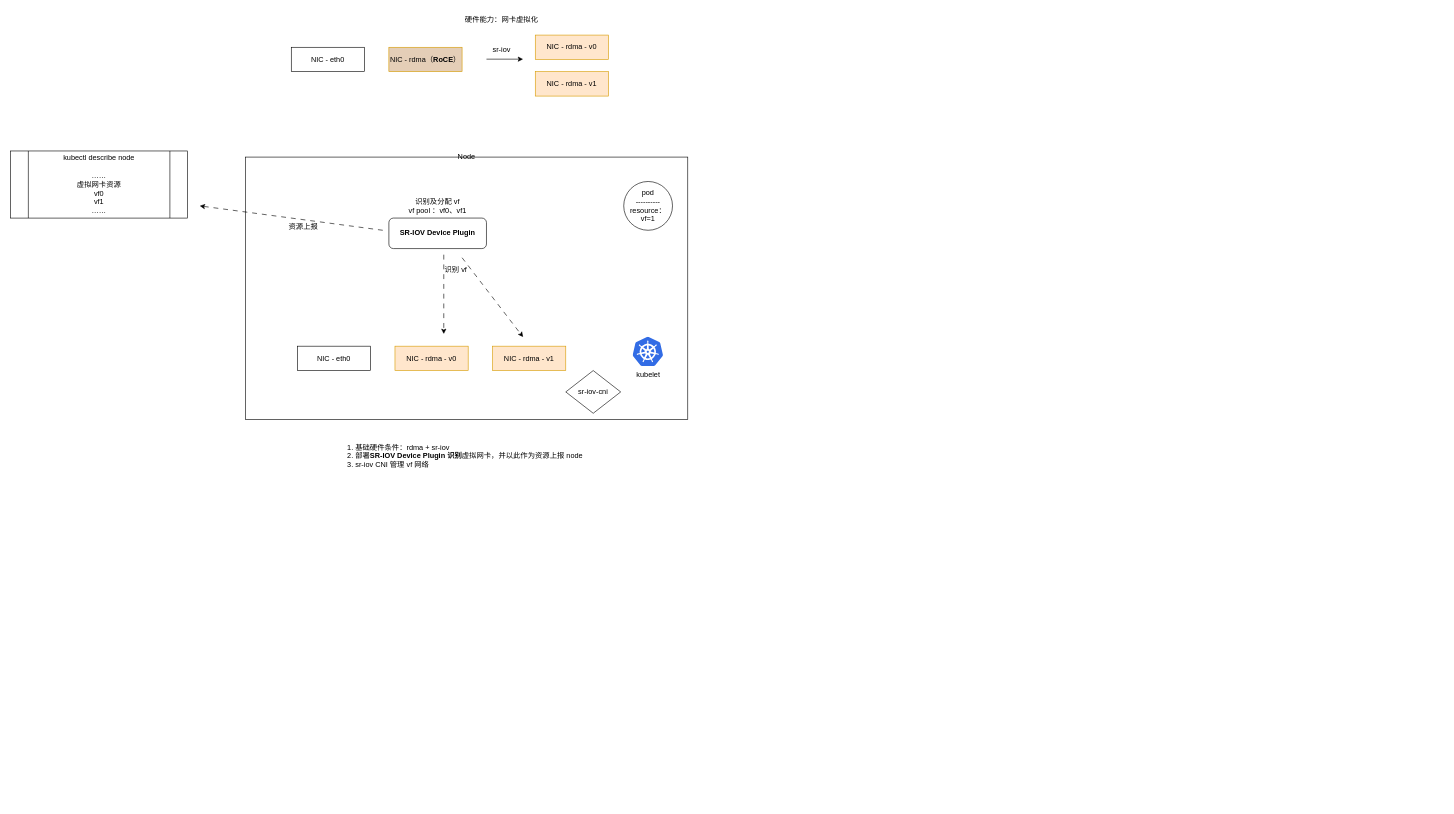
Earlier version of the draw.io diagram 高网.drawio (cityofwang/beats). Source tidied: cells renumbered, new cells numbered last; positions are measured from the earlier drawing's top-left corner, leaving out a move shared by most shapes. Both pictures are drawn from the tidied source at 61%, with x=0, y=0 at pixel (10, 10).
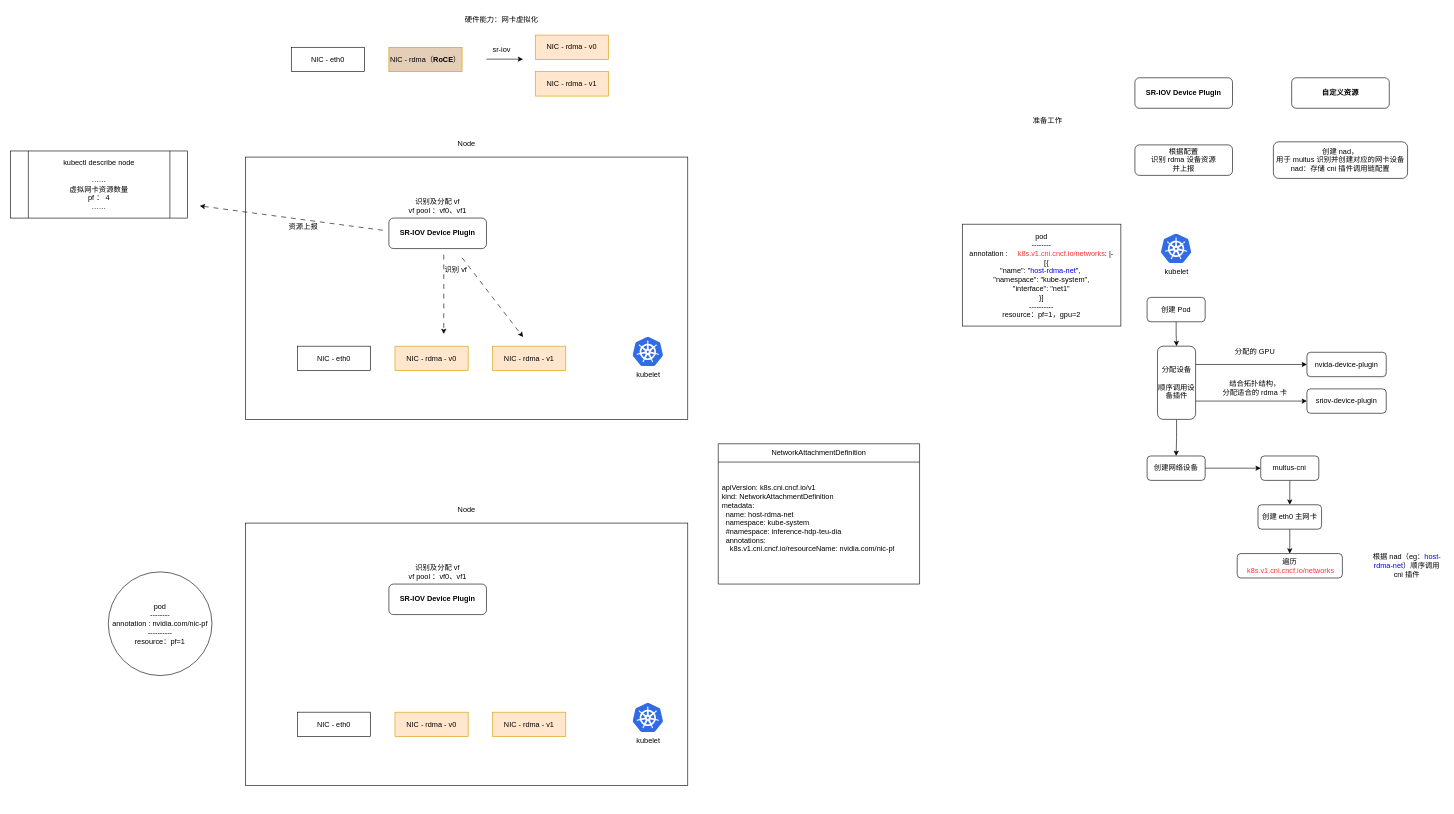
After the change.

Change to the diagram source:
```diff
@@
-    <mxCell id="14" value="Node&lt;div&gt;&lt;br&gt;&lt;/div&gt;&lt;div&gt;&lt;br&gt;&lt;/div&gt;&lt;div&gt;&lt;br&gt;&lt;/div&gt;&lt;div&gt;&lt;br&gt;&lt;/div&gt;&lt;div&gt;&lt;br&gt;&lt;/div&gt;&lt;div&gt;&lt;br&gt;&lt;/div&gt;&lt;div&gt;&lt;br&gt;&lt;/div&gt;&lt;div&gt;&lt;br&gt;&lt;/div&gt;&lt;div&gt;&lt;br&gt;&lt;/div&gt;&lt;div&gt;&lt;br&gt;&lt;/div&gt;&lt;div&gt;&lt;br&gt;&lt;/div&gt;&lt;div&gt;&lt;br&gt;&lt;/div&gt;&lt;div&gt;&lt;br&gt;&lt;/div&gt;&lt;div&gt;&lt;br&gt;&lt;/div&gt;&lt;div&gt;&lt;br&gt;&lt;/div&gt;&lt;div&gt;&lt;br&gt;&lt;/div&gt;&lt;div&gt;&lt;br&gt;&lt;/div&gt;&lt;div&gt;&lt;br&gt;&lt;/div&gt;&lt;div&gt;&lt;br&gt;&lt;/div&gt;&lt;div&gt;&lt;br&gt;&lt;/div&gt;&lt;div&gt;&lt;br&gt;&lt;/div&gt;&lt;div&gt;&lt;br&gt;&lt;/div&gt;&lt;div&gt;&lt;br&gt;&lt;/div&gt;&lt;div&gt;&lt;br&gt;&lt;/div&gt;&lt;div&gt;&lt;br&gt;&lt;/div&gt;&lt;div&gt;&lt;br&gt;&lt;/div&gt;&lt;div&gt;&lt;br&gt;&lt;/div&gt;&lt;div&gt;&lt;br&gt;&lt;/div&gt;&lt;div&gt;&lt;br&gt;&lt;/div&gt;&lt;div&gt;&lt;br&gt;&lt;/div&gt;" style="rounded=0;whiteSpace=wrap;html=1;fillColor=none;" parent="1" vertex="1">
+    <mxCell id="14" value="Node&lt;div&gt;&lt;br&gt;&lt;/div&gt;&lt;div&gt;&lt;br&gt;&lt;/div&gt;&lt;div&gt;&lt;br&gt;&lt;/div&gt;&lt;div&gt;&lt;br&gt;&lt;/div&gt;&lt;div&gt;&lt;br&gt;&lt;/div&gt;&lt;div&gt;&lt;br&gt;&lt;/div&gt;&lt;div&gt;&lt;br&gt;&lt;/div&gt;&lt;div&gt;&lt;br&gt;&lt;/div&gt;&lt;div&gt;&lt;br&gt;&lt;/div&gt;&lt;div&gt;&lt;br&gt;&lt;/div&gt;&lt;div&gt;&lt;br&gt;&lt;/div&gt;&lt;div&gt;&lt;br&gt;&lt;/div&gt;&lt;div&gt;&lt;br&gt;&lt;/div&gt;&lt;div&gt;&lt;br&gt;&lt;/div&gt;&lt;div&gt;&lt;br&gt;&lt;/div&gt;&lt;div&gt;&lt;br&gt;&lt;/div&gt;&lt;div&gt;&lt;br&gt;&lt;/div&gt;&lt;div&gt;&lt;br&gt;&lt;/div&gt;&lt;div&gt;&lt;br&gt;&lt;/div&gt;&lt;div&gt;&lt;br&gt;&lt;/div&gt;&lt;div&gt;&lt;br&gt;&lt;/div&gt;&lt;div&gt;&lt;br&gt;&lt;/div&gt;&lt;div&gt;&lt;br&gt;&lt;/div&gt;&lt;div&gt;&lt;br&gt;&lt;/div&gt;&lt;div&gt;&lt;br&gt;&lt;/div&gt;&lt;div&gt;&lt;br&gt;&lt;/div&gt;&lt;div&gt;&lt;br&gt;&lt;/div&gt;&lt;div&gt;&lt;br&gt;&lt;/div&gt;&lt;div&gt;&lt;br&gt;&lt;/div&gt;&lt;div&gt;&lt;br&gt;&lt;/div&gt;&lt;div&gt;&lt;br&gt;&lt;/div&gt;&lt;div&gt;&lt;br&gt;&lt;/div&gt;&lt;div&gt;&lt;br&gt;&lt;/div&gt;" style="rounded=0;whiteSpace=wrap;html=1;fillColor=none;" parent="1" vertex="1">
       <mxGeometry x="385" y="240" width="725" height="430" as="geometry" />
     </mxCell>
-    <mxCell id="15" value="pod&lt;div&gt;----------&lt;/div&gt;&lt;div&gt;resource：vf=1&lt;/div&gt;" style="ellipse;whiteSpace=wrap;html=1;" parent="1" vertex="1">
-      <mxGeometry x="1005" y="280" width="80" height="80" as="geometry" />
+    <mxCell id="15" value="pod&lt;div&gt;--------&lt;/div&gt;&lt;div&gt;annotation :&amp;nbsp;nvidia.com/nic-pf&lt;br&gt;&lt;div&gt;----------&lt;/div&gt;&lt;div&gt;resource：pf=1&lt;/div&gt;&lt;/div&gt;" style="ellipse;whiteSpace=wrap;html=1;" parent="1" vertex="1">
+      <mxGeometry x="160" y="920" width="170" height="170" as="geometry" />
     </mxCell>
-    <mxCell id="16" value="kubectl describe node&lt;div&gt;&amp;nbsp;&lt;/div&gt;&lt;div&gt;……&lt;/div&gt;&lt;div&gt;虚拟网卡资源&lt;br&gt;vf0&lt;/div&gt;&lt;div&gt;vf1&lt;/div&gt;&lt;div&gt;……&lt;/div&gt;" style="shape=process;whiteSpace=wrap;html=1;backgroundOutline=1;" parent="1" vertex="1">
+    <mxCell id="16" value="kubectl describe node&lt;div&gt;&amp;nbsp;&lt;/div&gt;&lt;div&gt;……&lt;/div&gt;&lt;div&gt;虚拟网卡资源数量&lt;br&gt;pf ： 4&lt;/div&gt;&lt;div&gt;&lt;span style=&quot;background-color: transparent; color: light-dark(rgb(0, 0, 0), rgb(255, 255, 255));&quot;&gt;……&lt;/span&gt;&lt;/div&gt;" style="shape=process;whiteSpace=wrap;html=1;backgroundOutline=1;" parent="1" vertex="1">
       <mxGeometry y="230" width="290" height="110" as="geometry" />
     </mxCell>
-    <mxCell id="17" value="1. 基础硬件条件：rdma + sr-iov&lt;div&gt;2. 部署&lt;strong style=&quot;background-color: transparent; color: light-dark(rgb(0, 0, 0), rgb(255, 255, 255));&quot;&gt;SR-IOV Device Plugin 识别&lt;/strong&gt;&lt;span style=&quot;background-color: transparent; color: light-dark(rgb(0, 0, 0), rgb(255, 255, 255));&quot;&gt;虚拟网卡，并以此作为资源上报 node&lt;/span&gt;&lt;/div&gt;&lt;div&gt;&lt;span style=&quot;background-color: transparent; color: light-dark(rgb(0, 0, 0), rgb(255, 255, 255));&quot;&gt;3. sr-iov CNI 管理 vf 网络&lt;/span&gt;&lt;/div&gt;" style="text;html=1;whiteSpace=wrap;strokeColor=none;fillColor=none;align=left;verticalAlign=middle;rounded=0;" parent="1" vertex="1">
-      <mxGeometry x="550" y="700" width="410" height="60" as="geometry" />
-    </mxCell>
@@
-    <mxCell id="24" value="sr-iov-cni" style="rhombus;whiteSpace=wrap;html=1;" parent="1" vertex="1">
-      <mxGeometry x="910" y="590" width="90" height="70" as="geometry" />
-    </mxCell>
+    <mxCell id="25" value="NetworkAttachmentDefinition" style="swimlane;fontStyle=0;horizontal=1;startSize=30;whiteSpace=wrap;html=1;" parent="1" vertex="1">
+      <mxGeometry x="1160" y="710" width="330" height="230" as="geometry" />
+    </mxCell>
+    <mxCell id="26" value="&lt;div&gt;&lt;span style=&quot;font-size: 12px;&quot;&gt;apiVersion: k8s.cni.cncf.io/v1&lt;/span&gt;&lt;/div&gt;&lt;div&gt;&lt;span style=&quot;font-size: 12px;&quot;&gt;kind: NetworkAttachmentDefinition&lt;/span&gt;&lt;/div&gt;&lt;div&gt;&lt;span style=&quot;font-size: 12px;&quot;&gt;metadata:&lt;/span&gt;&lt;/div&gt;&lt;div&gt;&lt;span style=&quot;font-size: 12px;&quot;&gt;&amp;nbsp; name: host-rdma-net&lt;/span&gt;&lt;/div&gt;&lt;div&gt;&lt;span style=&quot;font-size: 12px;&quot;&gt;&amp;nbsp; namespace: kube-system&lt;/span&gt;&lt;/div&gt;&lt;div&gt;&lt;span style=&quot;font-size: 12px;&quot;&gt;&amp;nbsp; #namespace: inference-hdp-teu-dia&lt;/span&gt;&lt;/div&gt;&lt;div&gt;&lt;span style=&quot;font-size: 12px;&quot;&gt;&amp;nbsp; annotations:&lt;/span&gt;&lt;/div&gt;&lt;div&gt;&lt;span style=&quot;font-size: 12px;&quot;&gt;&amp;nbsp; &amp;nbsp; k8s.v1.cni.cncf.io/resourceName: nvidia.com/nic-pf&lt;/span&gt;&lt;/div&gt;&lt;div&gt;&lt;br&gt;&lt;/div&gt;" style="text;strokeColor=none;fillColor=none;align=left;verticalAlign=middle;spacingLeft=4;spacingRight=4;overflow=hidden;whiteSpace=wrap;html=1;" parent="25" vertex="1">
+      <mxGeometry y="30" width="330" height="200" as="geometry" />
+    </mxCell>
+    <mxCell id="27" value="NIC - eth0" style="rounded=0;whiteSpace=wrap;html=1;" parent="1" vertex="1">
+      <mxGeometry x="470" y="1150" width="120" height="40" as="geometry" />
+    </mxCell>
+    <mxCell id="28" value="NIC - rdma - v0" style="rounded=0;whiteSpace=wrap;html=1;fillColor=#ffe6cc;strokeColor=#d79b00;" parent="1" vertex="1">
+      <mxGeometry x="630" y="1150" width="120" height="40" as="geometry" />
+    </mxCell>
+    <mxCell id="29" value="NIC - rdma - v1" style="rounded=0;whiteSpace=wrap;html=1;fillColor=#ffe6cc;strokeColor=#d79b00;" parent="1" vertex="1">
+      <mxGeometry x="790" y="1150" width="120" height="40" as="geometry" />
+    </mxCell>
+    <mxCell id="30" value="&lt;p data-pm-slice=&quot;1 1 [&amp;quot;table&amp;quot;,{&amp;quot;mid&amp;quot;:&amp;quot;OWlL4KVR7kzN8RaAdz3-z&amp;quot;,&amp;quot;style&amp;quot;:&amp;quot;&amp;quot;,&amp;quot;dataid&amp;quot;:1,&amp;quot;isWideTable&amp;quot;:true,&amp;quot;textAlign&amp;quot;:&amp;quot;left&amp;quot;},&amp;quot;tableRow&amp;quot;,{&amp;quot;mid&amp;quot;:null},&amp;quot;tableCell&amp;quot;,{&amp;quot;style&amp;quot;:&amp;quot;&amp;quot;,&amp;quot;colspan&amp;quot;:1,&amp;quot;rowspan&amp;quot;:1,&amp;quot;align&amp;quot;:&amp;quot;&amp;quot;,&amp;quot;width&amp;quot;:&amp;quot;&amp;quot;,&amp;quot;colwidth&amp;quot;:[342],&amp;quot;baseColwidth&amp;quot;:[342],&amp;quot;verticalAlign&amp;quot;:null,&amp;quot;backgroundColor&amp;quot;:&amp;quot;&amp;quot;,&amp;quot;mid&amp;quot;:null}]&quot; style=&quot;text-align: left;&quot;&gt;&lt;strong&gt;SR-IOV Device Plugin&lt;/strong&gt;&lt;/p&gt;" style="rounded=1;whiteSpace=wrap;html=1;" parent="1" vertex="1">
+      <mxGeometry x="620" y="940" width="160" height="50" as="geometry" />
+    </mxCell>
+    <mxCell id="31" value="识别及分配 vf&lt;div&gt;vf pool ：vf0、&lt;span style=&quot;color: light-dark(rgb(0, 0, 0), rgb(255, 255, 255)); background-color: transparent;&quot;&gt;vf1&lt;/span&gt;&lt;/div&gt;" style="text;html=1;whiteSpace=wrap;strokeColor=none;fillColor=none;align=center;verticalAlign=middle;rounded=0;" parent="1" vertex="1">
+      <mxGeometry x="640" y="900" width="120" height="40" as="geometry" />
+    </mxCell>
+    <mxCell id="32" value="Node&lt;div&gt;&lt;br&gt;&lt;/div&gt;&lt;div&gt;&lt;br&gt;&lt;/div&gt;&lt;div&gt;&lt;br&gt;&lt;/div&gt;&lt;div&gt;&lt;br&gt;&lt;/div&gt;&lt;div&gt;&lt;br&gt;&lt;/div&gt;&lt;div&gt;&lt;br&gt;&lt;/div&gt;&lt;div&gt;&lt;br&gt;&lt;/div&gt;&lt;div&gt;&lt;br&gt;&lt;/div&gt;&lt;div&gt;&lt;br&gt;&lt;/div&gt;&lt;div&gt;&lt;br&gt;&lt;/div&gt;&lt;div&gt;&lt;br&gt;&lt;/div&gt;&lt;div&gt;&lt;br&gt;&lt;/div&gt;&lt;div&gt;&lt;br&gt;&lt;/div&gt;&lt;div&gt;&lt;br&gt;&lt;/div&gt;&lt;div&gt;&lt;br&gt;&lt;/div&gt;&lt;div&gt;&lt;br&gt;&lt;/div&gt;&lt;div&gt;&lt;br&gt;&lt;/div&gt;&lt;div&gt;&lt;br&gt;&lt;/div&gt;&lt;div&gt;&lt;br&gt;&lt;/div&gt;&lt;div&gt;&lt;br&gt;&lt;/div&gt;&lt;div&gt;&lt;br&gt;&lt;/div&gt;&lt;div&gt;&lt;br&gt;&lt;/div&gt;&lt;div&gt;&lt;br&gt;&lt;/div&gt;&lt;div&gt;&lt;br&gt;&lt;/div&gt;&lt;div&gt;&lt;br&gt;&lt;/div&gt;&lt;div&gt;&lt;br&gt;&lt;/div&gt;&lt;div&gt;&lt;br&gt;&lt;/div&gt;&lt;div&gt;&lt;br&gt;&lt;/div&gt;&lt;div&gt;&lt;br&gt;&lt;/div&gt;&lt;div&gt;&lt;br&gt;&lt;/div&gt;&lt;div&gt;&lt;br&gt;&lt;/div&gt;&lt;div&gt;&lt;br&gt;&lt;/div&gt;&lt;div&gt;&lt;br&gt;&lt;/div&gt;" style="rounded=0;whiteSpace=wrap;html=1;fillColor=none;" parent="1" vertex="1">
+      <mxGeometry x="385" y="840" width="725" height="430" as="geometry" />
+    </mxCell>
+    <mxCell id="33" value="kubelet" style="image;sketch=0;html=1;align=center;fontSize=12;image=img/lib/mscae/Kubernetes.svg;" parent="1" vertex="1">
+      <mxGeometry x="1020" y="1135" width="50" height="48" as="geometry" />
+    </mxCell>
+    <mxCell id="34" value="&lt;p data-pm-slice=&quot;1 1 [&amp;quot;table&amp;quot;,{&amp;quot;mid&amp;quot;:&amp;quot;OWlL4KVR7kzN8RaAdz3-z&amp;quot;,&amp;quot;style&amp;quot;:&amp;quot;&amp;quot;,&amp;quot;dataid&amp;quot;:1,&amp;quot;isWideTable&amp;quot;:true,&amp;quot;textAlign&amp;quot;:&amp;quot;left&amp;quot;},&amp;quot;tableRow&amp;quot;,{&amp;quot;mid&amp;quot;:null},&amp;quot;tableCell&amp;quot;,{&amp;quot;style&amp;quot;:&amp;quot;&amp;quot;,&amp;quot;colspan&amp;quot;:1,&amp;quot;rowspan&amp;quot;:1,&amp;quot;align&amp;quot;:&amp;quot;&amp;quot;,&amp;quot;width&amp;quot;:&amp;quot;&amp;quot;,&amp;quot;colwidth&amp;quot;:[342],&amp;quot;baseColwidth&amp;quot;:[342],&amp;quot;verticalAlign&amp;quot;:null,&amp;quot;backgroundColor&amp;quot;:&amp;quot;&amp;quot;,&amp;quot;mid&amp;quot;:null}]&quot; style=&quot;&quot;&gt;&lt;strong&gt;SR-IOV Device Plugin&lt;/strong&gt;&lt;/p&gt;" style="rounded=1;whiteSpace=wrap;html=1;align=center;" parent="1" vertex="1">
+      <mxGeometry x="1843" y="110" width="160" height="50" as="geometry" />
+    </mxCell>
+    <mxCell id="35" value="准备工作" style="text;html=1;whiteSpace=wrap;strokeColor=none;fillColor=none;align=center;verticalAlign=middle;rounded=0;" parent="1" vertex="1">
+      <mxGeometry x="1670" y="165" width="60" height="30" as="geometry" />
+    </mxCell>
+    <mxCell id="36" value="&lt;div&gt;根据配置&lt;/div&gt;识别 rdma 设备资源&lt;div&gt;并上报&lt;/div&gt;" style="rounded=1;whiteSpace=wrap;html=1;align=center;" parent="1" vertex="1">
+      <mxGeometry x="1843" y="220" width="160" height="50" as="geometry" />
+    </mxCell>
+    <mxCell id="37" value="&lt;p data-pm-slice=&quot;1 1 [&amp;quot;table&amp;quot;,{&amp;quot;mid&amp;quot;:&amp;quot;OWlL4KVR7kzN8RaAdz3-z&amp;quot;,&amp;quot;style&amp;quot;:&amp;quot;&amp;quot;,&amp;quot;dataid&amp;quot;:1,&amp;quot;isWideTable&amp;quot;:true,&amp;quot;textAlign&amp;quot;:&amp;quot;left&amp;quot;},&amp;quot;tableRow&amp;quot;,{&amp;quot;mid&amp;quot;:null},&amp;quot;tableCell&amp;quot;,{&amp;quot;style&amp;quot;:&amp;quot;&amp;quot;,&amp;quot;colspan&amp;quot;:1,&amp;quot;rowspan&amp;quot;:1,&amp;quot;align&amp;quot;:&amp;quot;&amp;quot;,&amp;quot;width&amp;quot;:&amp;quot;&amp;quot;,&amp;quot;colwidth&amp;quot;:[342],&amp;quot;baseColwidth&amp;quot;:[342],&amp;quot;verticalAlign&amp;quot;:null,&amp;quot;backgroundColor&amp;quot;:&amp;quot;&amp;quot;,&amp;quot;mid&amp;quot;:null}]&quot; style=&quot;&quot;&gt;&lt;b&gt;自定义资源&lt;/b&gt;&lt;/p&gt;" style="rounded=1;whiteSpace=wrap;html=1;align=center;" parent="1" vertex="1">
+      <mxGeometry x="2100" y="110" width="160" height="50" as="geometry" />
+    </mxCell>
+    <mxCell id="38" value="&lt;div&gt;创建 nad，&lt;/div&gt;&lt;div&gt;用于 multus 识别并创建对应的网卡设备&lt;/div&gt;&lt;div&gt;nad：存储 cni 插件调用链配置&lt;/div&gt;" style="rounded=1;whiteSpace=wrap;html=1;align=center;" parent="1" vertex="1">
+      <mxGeometry x="2070" y="215" width="220" height="60" as="geometry" />
+    </mxCell>
+    <mxCell id="39" style="edgeStyle=orthogonalEdgeStyle;rounded=0;jettySize=auto;html=1;exitX=1;exitY=0.25;exitDx=0;exitDy=0;entryX=0;entryY=0.5;entryDx=0;entryDy=0;" parent="1" edge="1" source="42" target="44">
+      <mxGeometry relative="1" as="geometry" />
+    </mxCell>
+    <mxCell id="40" style="edgeStyle=orthogonalEdgeStyle;rounded=0;jettySize=auto;html=1;exitX=1;exitY=0.75;exitDx=0;exitDy=0;entryX=0;entryY=0.5;entryDx=0;entryDy=0;" parent="1" edge="1" source="42" target="46">
+      <mxGeometry relative="1" as="geometry" />
+    </mxCell>
+    <mxCell id="41" style="edgeStyle=orthogonalEdgeStyle;rounded=0;jettySize=auto;html=1;entryX=0.5;entryY=0;entryDx=0;entryDy=0;" parent="1" edge="1" source="42" target="49">
+      <mxGeometry relative="1" as="geometry" />
+    </mxCell>
+    <mxCell id="42" value="分配设备&lt;div&gt;&lt;br&gt;&lt;/div&gt;&lt;div&gt;顺序调用设备插件&lt;/div&gt;" style="rounded=1;whiteSpace=wrap;html=1;align=center;" parent="1" vertex="1">
+      <mxGeometry x="1880" y="550" width="62.5" height="120" as="geometry" />
+    </mxCell>
+    <mxCell id="43" value="kubelet" style="image;sketch=0;html=1;align=center;fontSize=12;image=img/lib/mscae/Kubernetes.svg;" parent="1" vertex="1">
+      <mxGeometry x="1886" y="366" width="50" height="48" as="geometry" />
+    </mxCell>
+    <mxCell id="44" value="nvida-device-plugin" style="rounded=1;whiteSpace=wrap;html=1;align=center;" parent="1" vertex="1">
+      <mxGeometry x="2125" y="560" width="130" height="40" as="geometry" />
+    </mxCell>
+    <mxCell id="45" value="分配的 GPU" style="text;html=1;whiteSpace=wrap;strokeColor=none;fillColor=none;align=center;verticalAlign=middle;rounded=0;" parent="1" vertex="1">
+      <mxGeometry x="1990" y="550" width="100" height="20" as="geometry" />
+    </mxCell>
+    <mxCell id="46" value="sriov-device-plugin" style="rounded=1;whiteSpace=wrap;html=1;align=center;" parent="1" vertex="1">
+      <mxGeometry x="2125" y="620" width="130" height="40" as="geometry" />
+    </mxCell>
+    <mxCell id="47" value="结合拓扑结构，&lt;div&gt;分配适合的 rdma 卡&lt;/div&gt;" style="text;html=1;whiteSpace=wrap;strokeColor=none;fillColor=none;align=center;verticalAlign=middle;rounded=0;" parent="1" vertex="1">
+      <mxGeometry x="1980" y="600" width="120" height="35" as="geometry" />
+    </mxCell>
+    <mxCell id="48" style="edgeStyle=orthogonalEdgeStyle;rounded=0;jettySize=auto;html=1;entryX=0;entryY=0.5;entryDx=0;entryDy=0;" parent="1" edge="1" source="49" target="53">
+      <mxGeometry relative="1" as="geometry" />
+    </mxCell>
+    <mxCell id="49" value="创建网络设备" style="whiteSpace=wrap;html=1;rounded=1;" parent="1" vertex="1">
+      <mxGeometry x="1863" y="730" width="95.2" height="40" as="geometry" />
+    </mxCell>
+    <mxCell id="50" style="edgeStyle=orthogonalEdgeStyle;rounded=0;jettySize=auto;html=1;entryX=0.5;entryY=0;entryDx=0;entryDy=0;" parent="1" edge="1" source="51" target="42">
+      <mxGeometry relative="1" as="geometry" />
+    </mxCell>
+    <mxCell id="51" value="&lt;div&gt;创建 Pod&lt;/div&gt;" style="whiteSpace=wrap;html=1;rounded=1;" parent="1" vertex="1">
+      <mxGeometry x="1863" y="470" width="95.2" height="40" as="geometry" />
+    </mxCell>
+    <mxCell id="52" style="edgeStyle=orthogonalEdgeStyle;rounded=0;jettySize=auto;html=1;entryX=0.5;entryY=0;entryDx=0;entryDy=0;" parent="1" edge="1" source="53" target="55">
+      <mxGeometry relative="1" as="geometry" />
+    </mxCell>
+    <mxCell id="53" value="&lt;div&gt;multus-cni&lt;/div&gt;" style="whiteSpace=wrap;html=1;rounded=1;" parent="1" vertex="1">
+      <mxGeometry x="2049.3" y="730" width="95.2" height="40" as="geometry" />
+    </mxCell>
+    <mxCell id="54" style="edgeStyle=orthogonalEdgeStyle;rounded=0;jettySize=auto;html=1;entryX=0.5;entryY=0;entryDx=0;entryDy=0;" parent="1" edge="1" source="55" target="57">
+      <mxGeometry relative="1" as="geometry" />
+    </mxCell>
+    <mxCell id="55" value="&lt;div&gt;创建 eth0 主网卡&lt;/div&gt;" style="whiteSpace=wrap;html=1;rounded=1;" parent="1" vertex="1">
+      <mxGeometry x="2044.8" y="810" width="104.2" height="40" as="geometry" />
+    </mxCell>
+    <mxCell id="56" value="pod&lt;div&gt;--------&lt;/div&gt;&lt;div&gt;annotation :&amp;nbsp;&lt;span style=&quot;background-color: transparent;&quot;&gt;&amp;nbsp; &amp;nbsp;&lt;font style=&quot;color: rgb(255, 51, 51);&quot;&gt; k8s.v1.cni.cncf.io/networks&lt;/font&gt;: |-&lt;/span&gt;&lt;div&gt;&amp;nbsp; &amp;nbsp; &amp;nbsp; [&lt;span style=&quot;background-color: transparent; color: light-dark(rgb(0, 0, 0), rgb(255, 255, 255));&quot;&gt;{&amp;nbsp;&lt;/span&gt;&lt;/div&gt;&lt;div&gt;&lt;span style=&quot;background-color: transparent; color: light-dark(rgb(0, 0, 0), rgb(255, 255, 255));&quot;&gt;&quot;name&quot;: &quot;&lt;/span&gt;&lt;span style=&quot;background-color: transparent;&quot;&gt;&lt;font style=&quot;color: light-dark(rgb(0, 0, 255), rgb(255, 255, 255));&quot;&gt;host-rdma-net&lt;/font&gt;&lt;/span&gt;&lt;span style=&quot;background-color: transparent; color: light-dark(rgb(0, 0, 0), rgb(255, 255, 255));&quot;&gt;&quot;,&amp;nbsp;&lt;/span&gt;&lt;/div&gt;&lt;div&gt;&lt;span style=&quot;background-color: transparent; color: light-dark(rgb(0, 0, 0), rgb(255, 255, 255));&quot;&gt;&quot;namespace&quot;: &quot;kube-system&quot;,&lt;/span&gt;&lt;/div&gt;&lt;div&gt;&lt;span style=&quot;background-color: transparent; color: light-dark(rgb(0, 0, 0), rgb(255, 255, 255));&quot;&gt;&amp;nbsp;&quot;interface&quot;: &quot;net1&quot;&amp;nbsp;&lt;/span&gt;&lt;/div&gt;&lt;div&gt;&lt;span style=&quot;background-color: transparent; color: light-dark(rgb(0, 0, 0), rgb(255, 255, 255));&quot;&gt;}]&lt;/span&gt;&lt;/div&gt;&lt;div&gt;----------&lt;/div&gt;&lt;div&gt;resource：pf=1，gpu=2&lt;/div&gt;&lt;/div&gt;" style="rounded=0;whiteSpace=wrap;html=1;" parent="1" vertex="1">
+      <mxGeometry x="1560" y="350" width="260" height="167" as="geometry" />
+    </mxCell>
+    <mxCell id="57" value="遍历&lt;div&gt;&amp;nbsp;&lt;span style=&quot;color: rgb(255, 51, 51);&quot;&gt;k8s.v1.cni.cncf.io/networks&lt;/span&gt;&lt;/div&gt;" style="whiteSpace=wrap;html=1;rounded=1;" parent="1" vertex="1">
+      <mxGeometry x="2010.7" y="890" width="172.4" height="40" as="geometry" />
+    </mxCell>
+    <mxCell id="58" value="根据 nad（eg：&lt;span style=&quot;color: rgb(0, 0, 255);&quot;&gt;host-rdma-net&lt;/span&gt;）顺序调用 cni 插件" style="text;html=1;whiteSpace=wrap;strokeColor=none;fillColor=none;align=center;verticalAlign=middle;rounded=0;" parent="1" vertex="1">
+      <mxGeometry x="2229.3" y="880" width="120" height="60" as="geometry" />
+    </mxCell>
```
